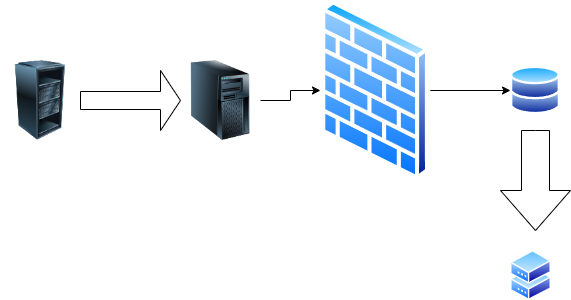
Before: drawio/未命名绘图.drawio.png, a diagram exported from draw.io (liuyandeng/GitPages). Source tidied: cells renumbered, new cells last; positions are measured from the earlier drawing's top-left corner, leaving out a move shared by most shapes.
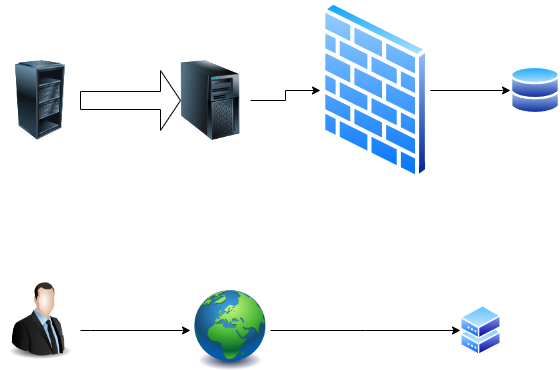
Above is the later version.

Commit message:
更新未命名绘图.drawio.png

What changed in the source:
```diff
@@ -9,7 +9,7 @@
       <mxGeometry relative="1" as="geometry" />
     </mxCell>
     <mxCell id="4" style="image;html=1;image=img/lib/clip_art/computers/Server_Tower_128x128.png;" parent="1" vertex="1">
-      <mxGeometry x="180" y="60" width="80" height="80" as="geometry" />
+      <mxGeometry x="170" y="60" width="80" height="80" as="geometry" />
     </mxCell>
     <mxCell id="5" style="shape=singleArrow;whiteSpace=wrap;html=1;" parent="1" vertex="1">
       <mxGeometry x="80" y="70" width="100" height="60" as="geometry" />
@@ -18,7 +18,7 @@
       <mxGeometry x="510" y="65.5" width="50" height="49" as="geometry" />
     </mxCell>
     <mxCell id="7" style="image;perimeter=ellipsePerimeter;html=1;align=center;shadow=0;dashed=0;spacingTop=3;image=img/lib/active_directory/shadowed_router.svg;" parent="1" vertex="1">
-      <mxGeometry x="510" y="250" width="41" height="50" as="geometry" />
+      <mxGeometry x="460" y="305" width="41" height="50" as="geometry" />
     </mxCell>
     <mxCell id="8" style="edgeStyle=orthogonalEdgeStyle;rounded=0;jettySize=auto;html=1;" parent="1" edge="1" source="9" target="6">
       <mxGeometry relative="1" as="geometry" />
@@ -26,8 +26,24 @@
     <mxCell id="9" style="image;perimeter=ellipsePerimeter;html=1;align=center;shadow=0;dashed=0;spacingTop=3;image=img/lib/active_directory/firewall.svg;" parent="1" vertex="1">
       <mxGeometry x="320" width="109.8" height="180" as="geometry" />
     </mxCell>
-    <mxCell id="10" style="html=1;shadow=0;dashed=0;align=center;verticalAlign=middle;shape=mxgraph.arrows2.arrow;dy=0.6;dx=40;direction=south;notch=0;" parent="1" vertex="1">
-      <mxGeometry x="500" y="130" width="70" height="100" as="geometry" />
-    </mxCell>
+    <mxCell id="11" style="edgeStyle=orthogonalEdgeStyle;rounded=0;jettySize=auto;html=1;" parent="1" edge="1" source="12">
+      <mxGeometry relative="1" as="geometry">
+        <mxPoint x="460" y="330" as="targetPoint" />
+      </mxGeometry>
+    </mxCell>
+    <mxCell id="12" style="image;html=1;image=img/lib/clip_art/general/Earth_globe_128x128.png;" parent="1" vertex="1">
+      <mxGeometry x="190" y="290" width="80" height="80" as="geometry" />
+    </mxCell>
+    <mxCell id="13" style="edgeStyle=orthogonalEdgeStyle;rounded=0;jettySize=auto;html=1;entryX=0;entryY=0.5;entryDx=0;entryDy=0;" parent="1" edge="1" source="14" target="12">
+      <mxGeometry relative="1" as="geometry">
+        <Array as="points">
+          <mxPoint x="90" y="330" />
+          <mxPoint x="90" y="330" />
+        </Array>
+      </mxGeometry>
+    </mxCell>
+    <mxCell id="14" style="image;html=1;image=img/lib/clip_art/people/Suit_Man_128x128.png;" parent="1" vertex="1">
+      <mxGeometry y="280" width="80" height="80" as="geometry" />
+    </mxCell>
   </root>
 </mxGraphModel>
```
